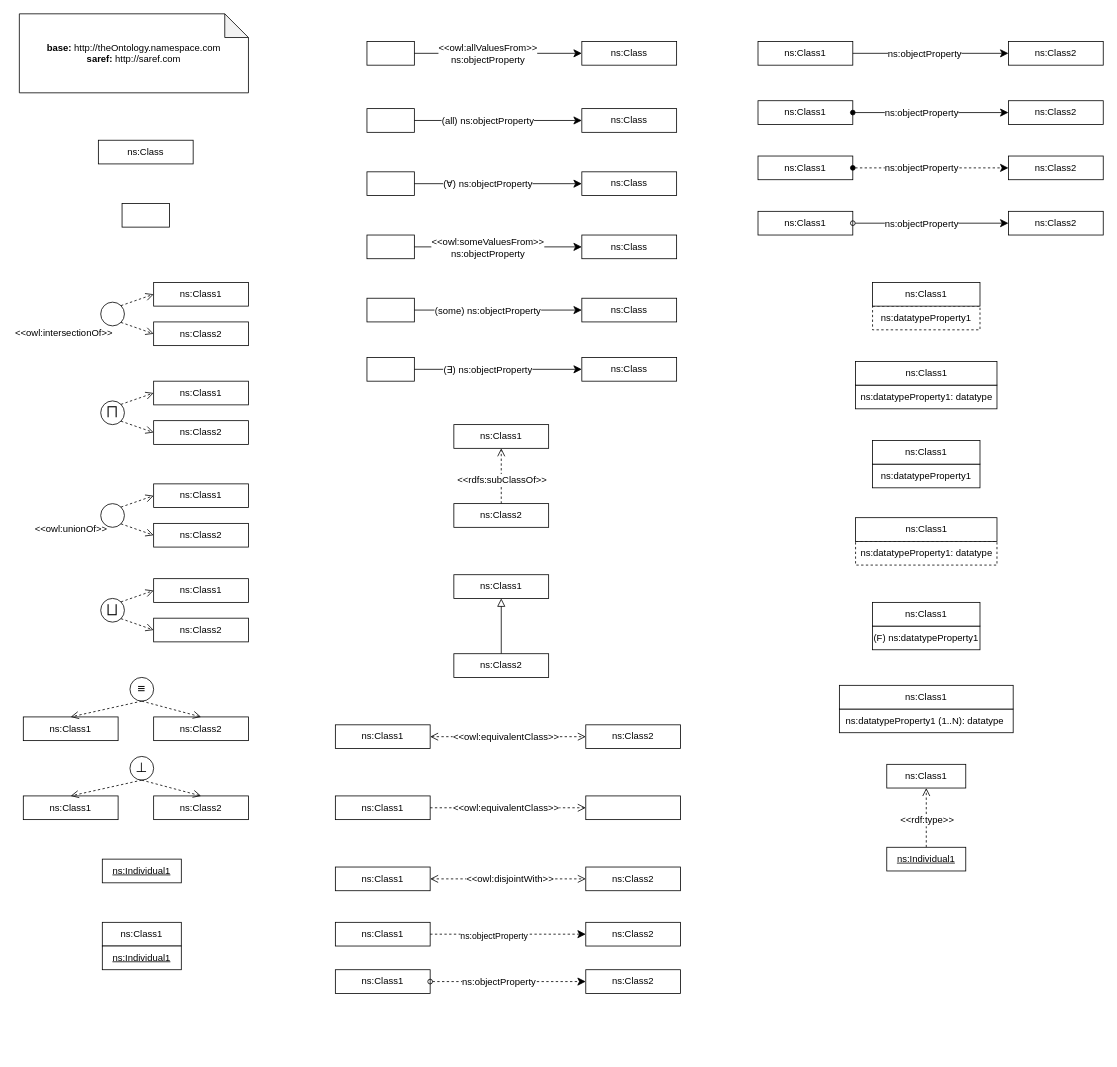
Above: data/unit_tests.drawio in oeg-upm/Chowlk (draw.io), before the change. Source tidied: cells renumbered, new cells numbered last; positions are measured from the earlier drawing's top-left corner, leaving out a move shared by most shapes. Both pictures are drawn from the tidied source at 79%, with x=0, y=0 at pixel (13, 13).
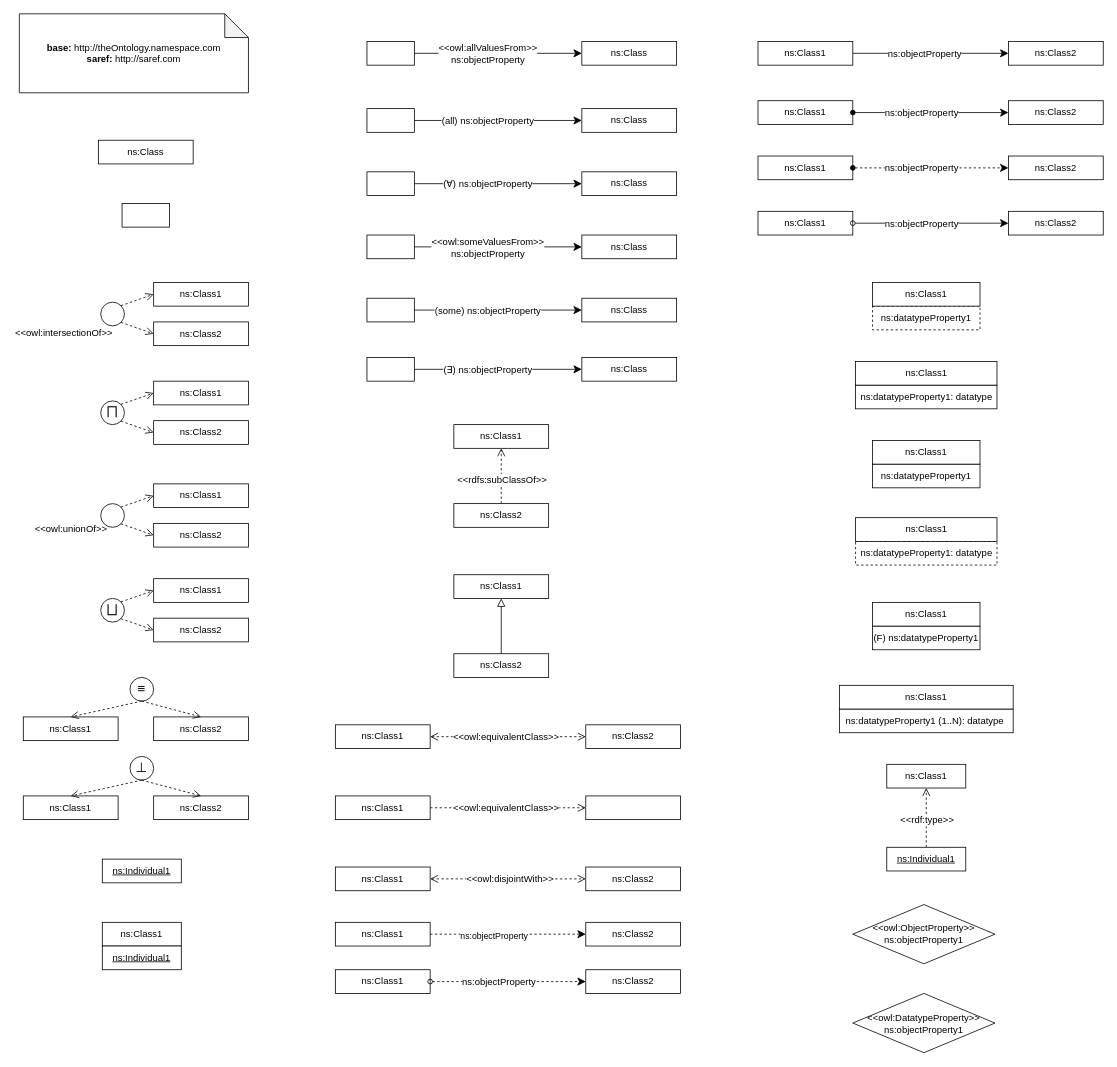
The same diagram, later.

Diff of the diagram source:
```diff
@@
+    <mxCell id="123" value="&lt;div&gt;&amp;lt;&amp;lt;owl:ObjectProperty&amp;gt;&amp;gt; ns:objectProperty1&lt;br&gt;&lt;/div&gt;" style="rhombus;whiteSpace=wrap;html=1;" parent="1" vertex="1">
+      <mxGeometry x="1062" y="1127.5" width="180" height="75" as="geometry" />
+    </mxCell>
+    <mxCell id="124" value="&lt;div&gt;&amp;lt;&amp;lt;owl:DatatypeProperty&amp;gt;&amp;gt;&lt;/div&gt;&lt;div&gt;ns:objectProperty1&lt;br&gt;&lt;/div&gt;" style="rhombus;whiteSpace=wrap;html=1;" parent="1" vertex="1">
+      <mxGeometry x="1062" y="1240" width="180" height="75" as="geometry" />
+    </mxCell>
```
